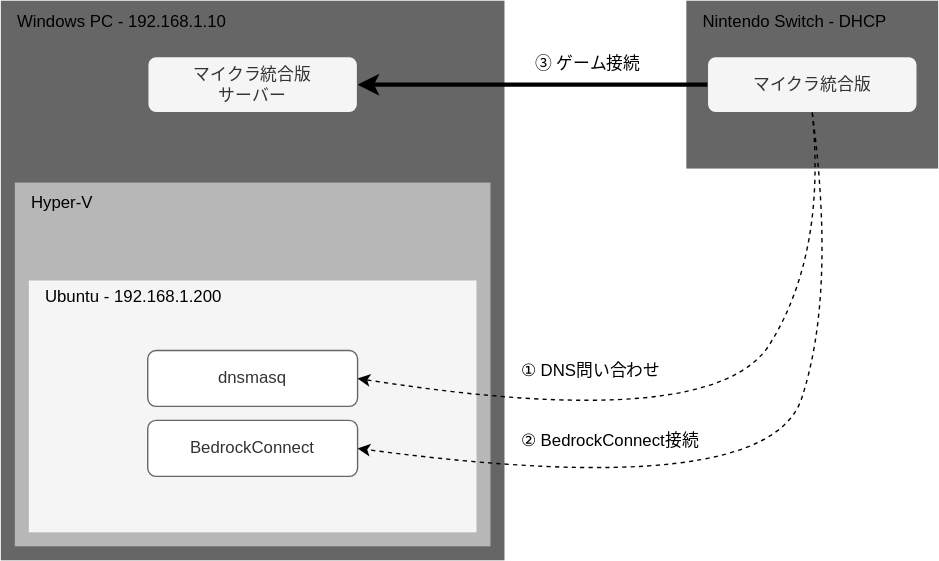
Before: src/slidev/figures/figure1.drawio.svg, a diagram exported from draw.io (yukimasaki/slidev). Source tidied: cells renumbered, new cells last; positions are measured from the earlier drawing's top-left corner, leaving out a move shared by most shapes.
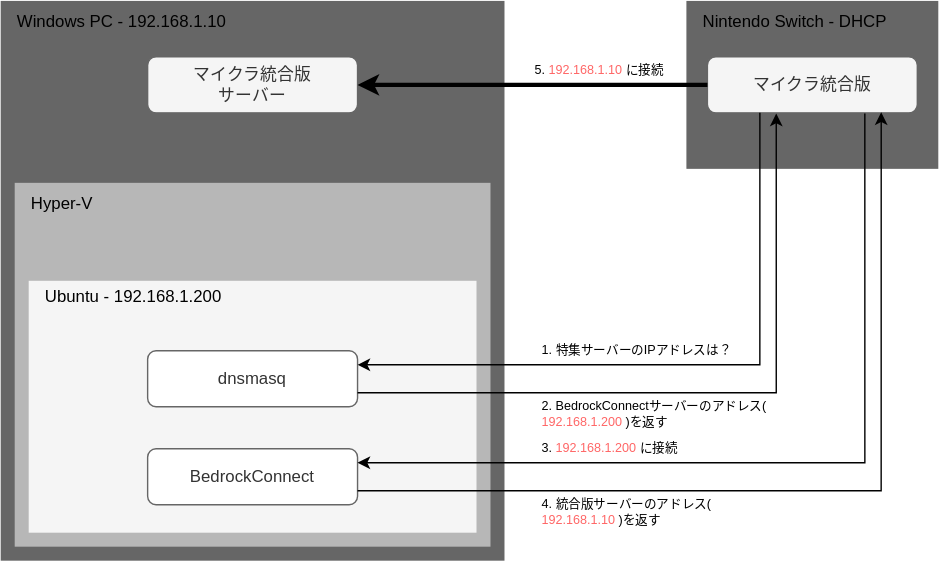
Later version of the same file.

Commit message:
feat: 構成図を修正

The edit, as a diff of the source:
```diff
@@ -27,7 +27,7 @@
       <mxGeometry x="85" y="50" width="150" height="40" as="geometry" />
     </mxCell>
     <mxCell id="10" value="BedrockConnect" style="rounded=1;whiteSpace=wrap;html=1;fillColor=#FFFFFF;fontColor=#333333;strokeColor=#666666;" parent="6" vertex="1">
-      <mxGeometry x="85" y="100" width="150" height="40" as="geometry" />
+      <mxGeometry x="85" y="120" width="150" height="40" as="geometry" />
     </mxCell>
     <mxCell id="11" value="マイクラ統合版&lt;br&gt;サーバー" style="rounded=1;whiteSpace=wrap;html=1;fillColor=#f5f5f5;fontColor=#333333;strokeColor=#666666;" parent="1" vertex="1">
       <mxGeometry x="105" y="40" width="150" height="40" as="geometry" />
@@ -35,6 +35,12 @@
     <mxCell id="12" style="rounded=0;whiteSpace=wrap;html=1;strokeColor=none;fillColor=#666666;align=left;" parent="1" vertex="1">
       <mxGeometry x="490" width="180" height="120" as="geometry" />
     </mxCell>
+    <mxCell id="16" style="edgeStyle=orthogonalEdgeStyle;rounded=0;html=1;exitX=0.328;exitY=1.011;exitDx=0;exitDy=0;entryX=1;entryY=0.75;entryDx=0;entryDy=0;fontSize=9;startArrow=classic;startFill=1;endArrow=none;endFill=0;exitPerimeter=0;" parent="1" edge="1" source="13" target="9">
+      <mxGeometry relative="1" as="geometry" />
+    </mxCell>
+    <mxCell id="17" style="edgeStyle=orthogonalEdgeStyle;rounded=0;html=1;exitX=0.75;exitY=1;exitDx=0;exitDy=0;entryX=1;entryY=0.25;entryDx=0;entryDy=0;fontSize=9;startArrow=none;startFill=0;endArrow=classic;endFill=1;" parent="1" edge="1" source="13" target="10">
+      <mxGeometry relative="1" as="geometry" />
+    </mxCell>
     <mxCell id="13" value="マイクラ統合版" style="rounded=1;whiteSpace=wrap;html=1;fillColor=#f5f5f5;fontColor=#333333;strokeColor=#666666;" parent="1" vertex="1">
       <mxGeometry x="505" y="40" width="150" height="40" as="geometry" />
     </mxCell>
@@ -44,30 +50,26 @@
     <mxCell id="15" style="endArrow=classic;html=1;rounded=0;exitX=0;exitY=0.5;exitDx=0;exitDy=0;entryX=1;entryY=0.5;entryDx=0;entryDy=0;strokeWidth=3;" parent="1" edge="1" source="13" target="11">
       <mxGeometry relative="1" as="geometry" />
     </mxCell>
-    <mxCell id="16" style="curved=1;endArrow=classic;html=1;rounded=0;exitX=0.5;exitY=1;exitDx=0;exitDy=0;entryX=1;entryY=0.5;entryDx=0;entryDy=0;dashed=1;" parent="1" edge="1" source="13" target="9">
-      <mxGeometry relative="1" as="geometry">
-        <Array as="points">
-          <mxPoint x="590" y="180" />
-          <mxPoint x="510" y="310" />
-        </Array>
-      </mxGeometry>
-    </mxCell>
-    <mxCell id="17" style="curved=1;endArrow=classic;html=1;rounded=0;exitX=0.5;exitY=1;exitDx=0;exitDy=0;entryX=1;entryY=0.5;entryDx=0;entryDy=0;dashed=1;" parent="1" edge="1" source="13" target="10">
-      <mxGeometry relative="1" as="geometry">
-        <Array as="points">
-          <mxPoint x="597" y="209" />
-          <mxPoint x="548" y="359" />
-        </Array>
-      </mxGeometry>
-    </mxCell>
-    <mxCell id="18" value="① DNS問い合わせ" style="text;html=1;strokeColor=none;fillColor=none;align=left;verticalAlign=middle;whiteSpace=wrap;rounded=0;spacingRight=0;spacingLeft=10;fontColor=#000000;" parent="1" vertex="1">
-      <mxGeometry x="360" y="250" width="120" height="30" as="geometry" />
-    </mxCell>
-    <mxCell id="19" value="② BedrockConnect接続" style="text;html=1;strokeColor=none;fillColor=none;align=left;verticalAlign=middle;whiteSpace=wrap;rounded=0;spacingRight=0;spacingLeft=10;fontColor=#000000;" parent="1" vertex="1">
-      <mxGeometry x="360" y="300" width="150" height="30" as="geometry" />
+    <mxCell id="19" value="1. 特集サーバーのIPアドレスは？" style="text;html=1;strokeColor=none;fillColor=none;align=left;verticalAlign=middle;whiteSpace=wrap;rounded=0;spacingRight=0;spacingLeft=10;fontColor=#000000;fontSize=9;" parent="1" vertex="1">
+      <mxGeometry x="375" y="240" width="155" height="20" as="geometry" />
     </mxCell>
-    <mxCell id="20" value="③ ゲーム接続" style="text;html=1;strokeColor=none;fillColor=none;align=left;verticalAlign=middle;whiteSpace=wrap;rounded=0;spacingRight=0;spacingLeft=10;fontColor=#000000;" parent="1" vertex="1">
-      <mxGeometry x="370" y="30" width="100" height="30" as="geometry" />
-    </mxCell>
+    <mxCell id="21" style="edgeStyle=orthogonalEdgeStyle;rounded=0;html=1;exitX=1;exitY=0.25;exitDx=0;exitDy=0;entryX=0.25;entryY=1;entryDx=0;entryDy=0;fontSize=9;startArrow=classic;startFill=1;endArrow=none;endFill=0;" parent="1" edge="1" source="9" target="13">
+      <mxGeometry relative="1" as="geometry" />
+    </mxCell>
+    <mxCell id="22" value="2. BedrockConnectサーバーのアドレス(&lt;font color=&quot;#ff6666&quot;&gt;192.168.1.200&lt;/font&gt;)を返す" style="text;html=1;strokeColor=none;fillColor=none;align=left;verticalAlign=middle;whiteSpace=wrap;rounded=0;spacingRight=0;spacingLeft=10;fontColor=#000000;fontSize=9;spacingTop=0;" parent="1" vertex="1">
+      <mxGeometry x="375" y="280" width="185" height="30" as="geometry" />
+    </mxCell>
+    <mxCell id="23" style="edgeStyle=orthogonalEdgeStyle;rounded=0;html=1;exitX=1;exitY=0.75;exitDx=0;exitDy=0;entryX=0.828;entryY=0.989;entryDx=0;entryDy=0;entryPerimeter=0;fontSize=9;startArrow=none;startFill=0;endArrow=classic;endFill=1;" parent="1" edge="1" source="10" target="13">
+      <mxGeometry relative="1" as="geometry" />
+    </mxCell>
+    <mxCell id="24" value="3.&amp;nbsp;&lt;span style=&quot;color: rgb(255, 102, 102);&quot;&gt;192.168.1.200&lt;/span&gt;に接続" style="text;html=1;strokeColor=none;fillColor=none;align=left;verticalAlign=middle;whiteSpace=wrap;rounded=0;spacingRight=0;spacingLeft=10;fontColor=#000000;fontSize=9;" parent="1" vertex="1">
+      <mxGeometry x="375" y="310" width="185" height="20" as="geometry" />
+    </mxCell>
+    <mxCell id="25" value="4. 統合版サーバーのアドレス(&lt;span style=&quot;color: rgb(255, 102, 102);&quot;&gt;192.168.1.10&lt;/span&gt;)を返す" style="text;html=1;strokeColor=none;fillColor=none;align=left;verticalAlign=middle;whiteSpace=wrap;rounded=0;spacingRight=0;spacingLeft=10;fontColor=#000000;fontSize=9;" parent="1" vertex="1">
+      <mxGeometry x="375" y="350" width="185" height="30" as="geometry" />
+    </mxCell>
+    <mxCell id="26" value="5.&amp;nbsp;&lt;span style=&quot;color: rgb(255, 102, 102);&quot;&gt;192.168.1.10&lt;/span&gt;に接続" style="text;html=1;strokeColor=none;fillColor=none;align=left;verticalAlign=middle;whiteSpace=wrap;rounded=0;spacingRight=0;spacingLeft=10;fontColor=#000000;fontSize=9;" parent="1" vertex="1">
+      <mxGeometry x="370" y="40" width="120" height="20" as="geometry" />
+    </mxCell>
   </root>
 </mxGraphModel>
```
